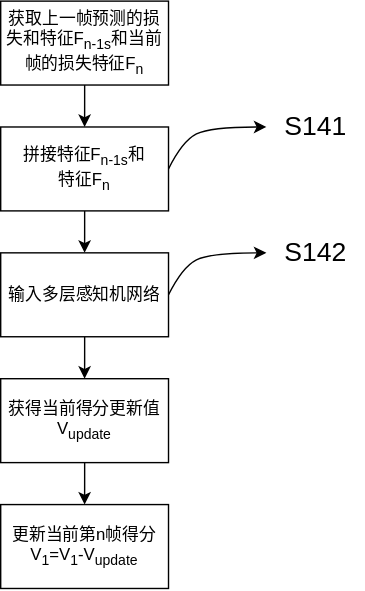
hrf666666/FlowCharts keeps this draw.io diagram as 当前得分更新模块.drawio.svg. Above is the earlier version. Source tidied: cells renumbered, new cells last; positions are measured from the earlier drawing's top-left corner, leaving out a move shared by most shapes.
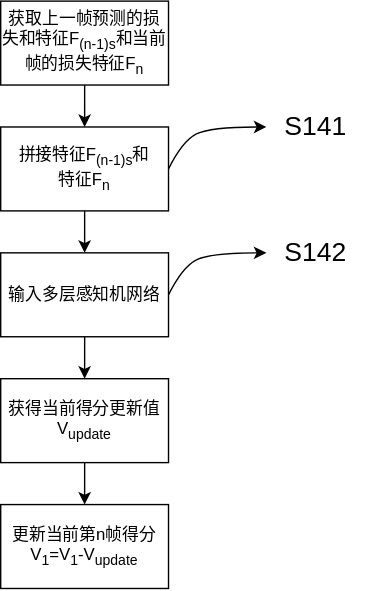
Later version of the same file.

Commit message:
更新当前得分更新模块.drawio.svg

The edit, as a diff of the source:
```diff
@@ -5,13 +5,13 @@
     <mxCell id="2" style="edgeStyle=orthogonalEdgeStyle;rounded=0;jettySize=auto;html=1;entryX=0.5;entryY=0;entryDx=0;entryDy=0;" parent="1" edge="1" source="3" target="5">
       <mxGeometry relative="1" as="geometry" />
     </mxCell>
-    <mxCell id="3" value="获取上一帧预测的损失和特征F&lt;sub&gt;n-1s&lt;/sub&gt;和当前帧的损失特征F&lt;sub&gt;n&lt;/sub&gt;" style="rounded=0;whiteSpace=wrap;html=1;" parent="1" vertex="1">
+    <mxCell id="3" value="获取上一帧预测的损失和特征F&lt;sub&gt;(n-1)s&lt;/sub&gt;和当前帧的损失特征F&lt;sub&gt;n&lt;/sub&gt;" style="rounded=0;whiteSpace=wrap;html=1;" parent="1" vertex="1">
       <mxGeometry width="120" height="60" as="geometry" />
     </mxCell>
     <mxCell id="4" style="edgeStyle=orthogonalEdgeStyle;rounded=0;jettySize=auto;html=1;entryX=0.5;entryY=0;entryDx=0;entryDy=0;" parent="1" edge="1" source="5" target="7">
       <mxGeometry relative="1" as="geometry" />
     </mxCell>
-    <mxCell id="5" value="拼接特征F&lt;sub style=&quot;border-color: var(--border-color);&quot;&gt;n-1s&lt;/sub&gt;和&lt;br&gt;特征F&lt;sub style=&quot;border-color: var(--border-color);&quot;&gt;n&lt;/sub&gt;" style="rounded=0;whiteSpace=wrap;html=1;" parent="1" vertex="1">
+    <mxCell id="5" value="拼接特征F&lt;sub style=&quot;border-color: var(--border-color);&quot;&gt;(n-1)s&lt;/sub&gt;和&lt;br&gt;特征F&lt;sub style=&quot;border-color: var(--border-color);&quot;&gt;n&lt;/sub&gt;" style="rounded=0;whiteSpace=wrap;html=1;" parent="1" vertex="1">
       <mxGeometry y="90" width="120" height="60" as="geometry" />
     </mxCell>
     <mxCell id="6" style="edgeStyle=orthogonalEdgeStyle;rounded=0;jettySize=auto;html=1;entryX=0.5;entryY=0;entryDx=0;entryDy=0;" parent="1" edge="1" source="7" target="9">
```
